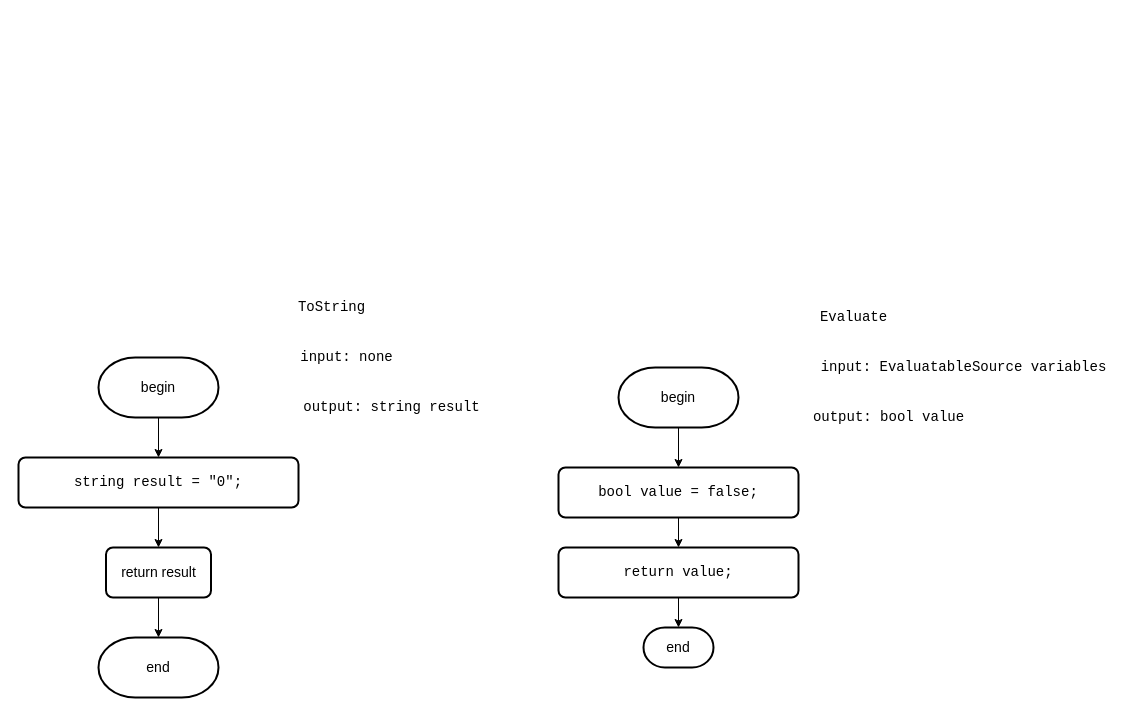
Before: Diagrams/false.drawio in slavikovics/FictionalVariables, a draw.io diagram. Source tidied: cells renumbered, new cells numbered last; positions are measured from the earlier drawing's top-left corner, leaving out a move shared by most shapes. Both pictures are drawn from the tidied source at 100%, with x=0, y=0 at pixel (18, 277).
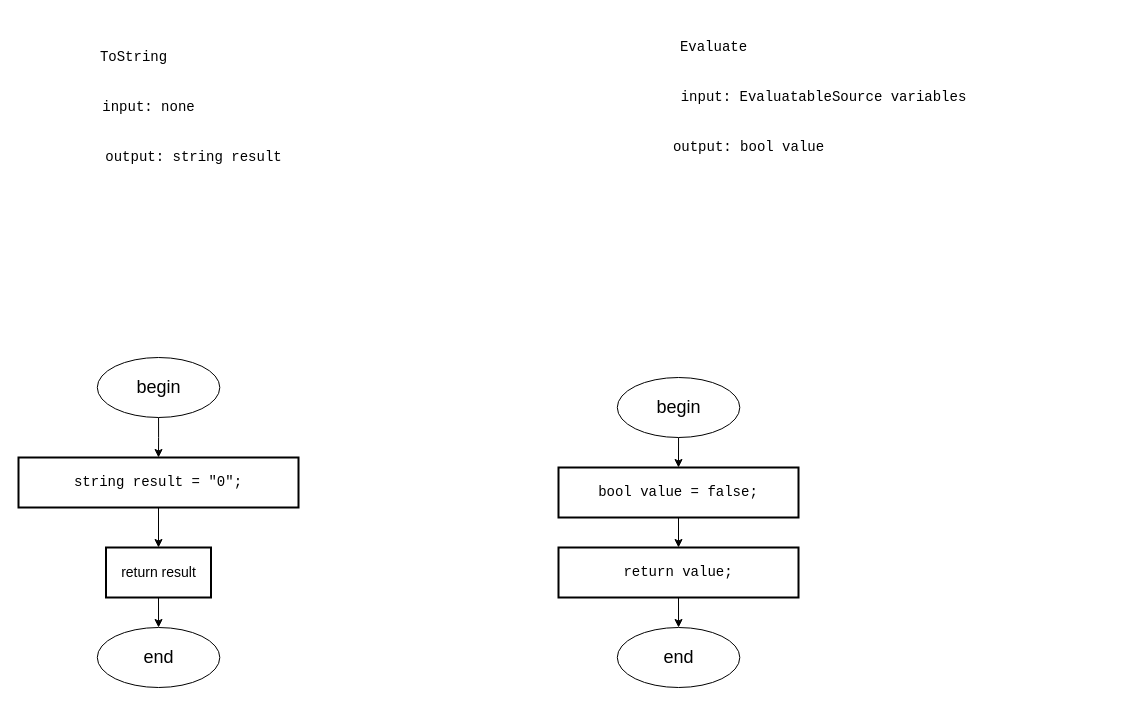
Above is the later version.

Diff of the diagram source:
```diff
@@
     <mxCell id="2" value="&lt;pre style=&quot;font-family: &amp;quot;JetBrains Mono&amp;quot;, monospace;&quot;&gt;Evaluate&lt;/pre&gt;" style="text;html=1;align=center;verticalAlign=middle;strokeColor=none;fillColor=none;fontSize=14;labelBackgroundColor=none;fontColor=#000000;" parent="1" vertex="1">
-      <mxGeometry x="790" y="10" width="90" height="60" as="geometry" />
+      <mxGeometry x="650" y="-260" width="90" height="60" as="geometry" />
     </mxCell>
-    <mxCell id="3" style="edgeStyle=orthogonalEdgeStyle;rounded=0;jettySize=auto;html=1;exitX=0.5;exitY=1;exitDx=0;exitDy=0;exitPerimeter=0;entryX=0.5;entryY=0;entryDx=0;entryDy=0;fontSize=14;labelBackgroundColor=none;fontColor=#000000;" parent="1" edge="1" source="4" target="6">
-      <mxGeometry relative="1" as="geometry" />
-    </mxCell>
-    <mxCell id="4" value="begin" style="strokeWidth=2;html=1;shape=mxgraph.flowchart.terminator;whiteSpace=wrap;fontSize=14;labelBackgroundColor=none;fontColor=#000000;" parent="1" vertex="1">
-      <mxGeometry x="600" y="90" width="120" height="60" as="geometry" />
-    </mxCell>
@@
-    <mxCell id="6" value="&lt;div style=&quot;&quot;&gt;&lt;pre style=&quot;font-family: &amp;quot;JetBrains Mono&amp;quot;, monospace;&quot;&gt;&lt;pre style=&quot;font-family: &amp;quot;JetBrains Mono&amp;quot;, monospace;&quot;&gt;&lt;pre style=&quot;font-family: &amp;quot;JetBrains Mono&amp;quot;, monospace;&quot;&gt;&lt;pre style=&quot;font-family: &amp;quot;JetBrains Mono&amp;quot;, monospace;&quot;&gt;&lt;div&gt;&lt;pre style=&quot;font-family: &amp;quot;JetBrains Mono&amp;quot;, monospace;&quot;&gt;&lt;span style=&quot;&quot;&gt;bool &lt;/span&gt;&lt;span style=&quot;&quot;&gt;value &lt;/span&gt;= &lt;span style=&quot;&quot;&gt;false&lt;/span&gt;;&lt;/pre&gt;&lt;/div&gt;&lt;/pre&gt;&lt;/pre&gt;&lt;/pre&gt;&lt;/pre&gt;&lt;/div&gt;" style="rounded=1;whiteSpace=wrap;html=1;absoluteArcSize=1;arcSize=14;strokeWidth=2;fontSize=14;labelBackgroundColor=none;fontColor=#000000;" parent="1" vertex="1">
+    <mxCell id="6" value="&lt;div style=&quot;&quot;&gt;&lt;pre style=&quot;font-family: &amp;quot;JetBrains Mono&amp;quot;, monospace;&quot;&gt;&lt;pre style=&quot;font-family: &amp;quot;JetBrains Mono&amp;quot;, monospace;&quot;&gt;&lt;pre style=&quot;font-family: &amp;quot;JetBrains Mono&amp;quot;, monospace;&quot;&gt;&lt;pre style=&quot;font-family: &amp;quot;JetBrains Mono&amp;quot;, monospace;&quot;&gt;&lt;div&gt;&lt;pre style=&quot;font-family: &amp;quot;JetBrains Mono&amp;quot;, monospace;&quot;&gt;&lt;span style=&quot;&quot;&gt;bool &lt;/span&gt;&lt;span style=&quot;&quot;&gt;value &lt;/span&gt;= &lt;span style=&quot;&quot;&gt;false&lt;/span&gt;;&lt;/pre&gt;&lt;/div&gt;&lt;/pre&gt;&lt;/pre&gt;&lt;/pre&gt;&lt;/pre&gt;&lt;/div&gt;" style="rounded=0;whiteSpace=wrap;html=1;absoluteArcSize=1;arcSize=14;strokeWidth=2;fontSize=14;labelBackgroundColor=none;fontColor=#000000;" parent="1" vertex="1">
       <mxGeometry x="540" y="190" width="240" height="50" as="geometry" />
     </mxCell>
     <mxCell id="7" value="&lt;pre style=&quot;font-family: &amp;quot;JetBrains Mono&amp;quot;, monospace;&quot;&gt;input: EvaluatableSource variables&lt;/pre&gt;" style="text;html=1;align=center;verticalAlign=middle;strokeColor=none;fillColor=none;fontSize=14;labelBackgroundColor=none;fontColor=#000000;" parent="1" vertex="1">
-      <mxGeometry x="800" y="60" width="290" height="60" as="geometry" />
+      <mxGeometry x="660" y="-210" width="290" height="60" as="geometry" />
     </mxCell>
     <mxCell id="8" value="&lt;pre style=&quot;font-family: &amp;quot;JetBrains Mono&amp;quot;, monospace;&quot;&gt;output: bool value&lt;/pre&gt;" style="text;html=1;align=center;verticalAlign=middle;strokeColor=none;fillColor=none;fontSize=14;labelBackgroundColor=none;fontColor=#000000;" parent="1" vertex="1">
-      <mxGeometry x="790" y="110" width="160" height="60" as="geometry" />
+      <mxGeometry x="650" y="-160" width="160" height="60" as="geometry" />
     </mxCell>
-    <mxCell id="9" value="end" style="strokeWidth=2;html=1;shape=mxgraph.flowchart.terminator;whiteSpace=wrap;fontSize=14;labelBackgroundColor=none;fontColor=#000000;" parent="1" vertex="1">
-      <mxGeometry x="625" y="350" width="70" height="40" as="geometry" />
-    </mxCell>
     <mxCell id="10" value="&lt;pre style=&quot;font-family: &amp;quot;JetBrains Mono&amp;quot;, monospace;&quot;&gt;ToString&lt;/pre&gt;" style="text;html=1;align=center;verticalAlign=middle;strokeColor=none;fillColor=none;fontSize=14;labelBackgroundColor=none;fontColor=#000000;" parent="1" vertex="1">
-      <mxGeometry x="267.5" width="90" height="60" as="geometry" />
+      <mxGeometry x="70" y="-250" width="90" height="60" as="geometry" />
     </mxCell>
-    <mxCell id="11" style="edgeStyle=orthogonalEdgeStyle;rounded=0;jettySize=auto;html=1;exitX=0.5;exitY=1;exitDx=0;exitDy=0;exitPerimeter=0;entryX=0.5;entryY=0;entryDx=0;entryDy=0;fontSize=14;labelBackgroundColor=none;fontColor=#000000;" parent="1" edge="1" source="12" target="14">
-      <mxGeometry relative="1" as="geometry" />
-    </mxCell>
-    <mxCell id="12" value="begin" style="strokeWidth=2;html=1;shape=mxgraph.flowchart.terminator;whiteSpace=wrap;fontSize=14;labelBackgroundColor=none;fontColor=#000000;" parent="1" vertex="1">
-      <mxGeometry x="80" y="80" width="120" height="60" as="geometry" />
-    </mxCell>
@@
-    <mxCell id="14" value="&lt;div style=&quot;&quot;&gt;&lt;pre style=&quot;font-family: &amp;quot;JetBrains Mono&amp;quot;, monospace;&quot;&gt;&lt;pre style=&quot;font-family: &amp;quot;JetBrains Mono&amp;quot;, monospace;&quot;&gt;&lt;pre style=&quot;font-family: &amp;quot;JetBrains Mono&amp;quot;, monospace;&quot;&gt;&lt;pre style=&quot;font-family: &amp;quot;JetBrains Mono&amp;quot;, monospace;&quot;&gt;&lt;pre style=&quot;font-family: &amp;quot;JetBrains Mono&amp;quot;, monospace;&quot;&gt;&lt;div&gt;&lt;pre style=&quot;font-family: &amp;quot;JetBrains Mono&amp;quot;, monospace;&quot;&gt;&lt;span style=&quot;&quot;&gt;string &lt;/span&gt;&lt;span style=&quot;&quot;&gt;result &lt;/span&gt;= &lt;span style=&quot;&quot;&gt;&quot;0&quot;&lt;/span&gt;;&lt;/pre&gt;&lt;/div&gt;&lt;/pre&gt;&lt;/pre&gt;&lt;/pre&gt;&lt;/pre&gt;&lt;/pre&gt;&lt;/div&gt;" style="rounded=1;whiteSpace=wrap;html=1;absoluteArcSize=1;arcSize=14;strokeWidth=2;fontSize=14;labelBackgroundColor=none;fontColor=#000000;" parent="1" vertex="1">
+    <mxCell id="14" value="&lt;div style=&quot;&quot;&gt;&lt;pre style=&quot;font-family: &amp;quot;JetBrains Mono&amp;quot;, monospace;&quot;&gt;&lt;pre style=&quot;font-family: &amp;quot;JetBrains Mono&amp;quot;, monospace;&quot;&gt;&lt;pre style=&quot;font-family: &amp;quot;JetBrains Mono&amp;quot;, monospace;&quot;&gt;&lt;pre style=&quot;font-family: &amp;quot;JetBrains Mono&amp;quot;, monospace;&quot;&gt;&lt;pre style=&quot;font-family: &amp;quot;JetBrains Mono&amp;quot;, monospace;&quot;&gt;&lt;div&gt;&lt;pre style=&quot;font-family: &amp;quot;JetBrains Mono&amp;quot;, monospace;&quot;&gt;&lt;span style=&quot;&quot;&gt;string &lt;/span&gt;&lt;span style=&quot;&quot;&gt;result &lt;/span&gt;= &lt;span style=&quot;&quot;&gt;&quot;0&quot;&lt;/span&gt;;&lt;/pre&gt;&lt;/div&gt;&lt;/pre&gt;&lt;/pre&gt;&lt;/pre&gt;&lt;/pre&gt;&lt;/pre&gt;&lt;/div&gt;" style="rounded=0;whiteSpace=wrap;html=1;absoluteArcSize=1;arcSize=14;strokeWidth=2;fontSize=14;labelBackgroundColor=none;fontColor=#000000;" parent="1" vertex="1">
       <mxGeometry y="180" width="280" height="50" as="geometry" />
     </mxCell>
     <mxCell id="15" value="&lt;pre style=&quot;font-family: &amp;quot;JetBrains Mono&amp;quot;, monospace;&quot;&gt;input: none&lt;/pre&gt;" style="text;html=1;align=center;verticalAlign=middle;strokeColor=none;fillColor=none;fontSize=14;labelBackgroundColor=none;fontColor=#000000;" parent="1" vertex="1">
-      <mxGeometry x="272.5" y="50" width="110" height="60" as="geometry" />
+      <mxGeometry x="75" y="-200" width="110" height="60" as="geometry" />
     </mxCell>
     <mxCell id="16" value="&lt;pre style=&quot;font-family: &amp;quot;JetBrains Mono&amp;quot;, monospace;&quot;&gt;output: string result&lt;/pre&gt;" style="text;html=1;align=center;verticalAlign=middle;strokeColor=none;fillColor=none;fontSize=14;labelBackgroundColor=none;fontColor=#000000;" parent="1" vertex="1">
-      <mxGeometry x="277.5" y="100" width="190" height="60" as="geometry" />
+      <mxGeometry x="80" y="-150" width="190" height="60" as="geometry" />
     </mxCell>
-    <mxCell id="17" value="end" style="strokeWidth=2;html=1;shape=mxgraph.flowchart.terminator;whiteSpace=wrap;fontSize=14;labelBackgroundColor=none;fontColor=#000000;" parent="1" vertex="1">
-      <mxGeometry x="80" y="360" width="120" height="60" as="geometry" />
-    </mxCell>
-    <mxCell id="18" style="edgeStyle=orthogonalEdgeStyle;rounded=0;jettySize=auto;html=1;exitX=0.5;exitY=1;exitDx=0;exitDy=0;fontSize=14;labelBackgroundColor=none;fontColor=#000000;" parent="1" edge="1" source="19" target="17">
-      <mxGeometry relative="1" as="geometry" />
-    </mxCell>
+    <mxCell id="22" style="edgeStyle=orthogonalEdgeStyle;rounded=0;jettySize=auto;html=1;exitX=0.5;exitY=1;exitDx=0;exitDy=0;entryX=0.5;entryY=0;entryDx=0;entryDy=0;" parent="1" edge="1" source="19" target="28">
+      <mxGeometry relative="1" as="geometry" />
+    </mxCell>
-    <mxCell id="19" value="&lt;font&gt;return result&lt;/font&gt;" style="rounded=1;whiteSpace=wrap;html=1;absoluteArcSize=1;arcSize=14;strokeWidth=2;fontSize=14;labelBackgroundColor=none;fontColor=#000000;" parent="1" vertex="1">
+    <mxCell id="19" value="&lt;font&gt;return result&lt;/font&gt;" style="rounded=0;whiteSpace=wrap;html=1;absoluteArcSize=1;arcSize=14;strokeWidth=2;fontSize=14;labelBackgroundColor=none;fontColor=#000000;" parent="1" vertex="1">
       <mxGeometry x="87.5" y="270" width="105" height="50" as="geometry" />
     </mxCell>
+    <mxCell id="23" style="edgeStyle=orthogonalEdgeStyle;rounded=0;jettySize=auto;html=1;exitX=0.5;exitY=1;exitDx=0;exitDy=0;entryX=0.5;entryY=0;entryDx=0;entryDy=0;" parent="1" edge="1" source="20" target="29">
+      <mxGeometry relative="1" as="geometry" />
+    </mxCell>
-    <mxCell id="20" value="&lt;div style=&quot;&quot;&gt;&lt;pre style=&quot;font-family: &amp;quot;JetBrains Mono&amp;quot;, monospace;&quot;&gt;&lt;pre style=&quot;font-family: &amp;quot;JetBrains Mono&amp;quot;, monospace;&quot;&gt;&lt;pre style=&quot;font-family: &amp;quot;JetBrains Mono&amp;quot;, monospace;&quot;&gt;&lt;pre style=&quot;font-family: &amp;quot;JetBrains Mono&amp;quot;, monospace;&quot;&gt;&lt;pre style=&quot;font-family: &amp;quot;JetBrains Mono&amp;quot;, monospace;&quot;&gt;&lt;font&gt;return value;&lt;/font&gt;&lt;/pre&gt;&lt;/pre&gt;&lt;/pre&gt;&lt;/pre&gt;&lt;/pre&gt;&lt;/div&gt;" style="rounded=1;whiteSpace=wrap;html=1;absoluteArcSize=1;arcSize=14;strokeWidth=2;fontSize=14;labelBackgroundColor=none;fontColor=#000000;" parent="1" vertex="1">
+    <mxCell id="20" value="&lt;div style=&quot;&quot;&gt;&lt;pre style=&quot;font-family: &amp;quot;JetBrains Mono&amp;quot;, monospace;&quot;&gt;&lt;pre style=&quot;font-family: &amp;quot;JetBrains Mono&amp;quot;, monospace;&quot;&gt;&lt;pre style=&quot;font-family: &amp;quot;JetBrains Mono&amp;quot;, monospace;&quot;&gt;&lt;pre style=&quot;font-family: &amp;quot;JetBrains Mono&amp;quot;, monospace;&quot;&gt;&lt;pre style=&quot;font-family: &amp;quot;JetBrains Mono&amp;quot;, monospace;&quot;&gt;&lt;font&gt;return value;&lt;/font&gt;&lt;/pre&gt;&lt;/pre&gt;&lt;/pre&gt;&lt;/pre&gt;&lt;/pre&gt;&lt;/div&gt;" style="rounded=0;whiteSpace=wrap;html=1;absoluteArcSize=1;arcSize=14;strokeWidth=2;fontSize=14;labelBackgroundColor=none;fontColor=#000000;" parent="1" vertex="1">
       <mxGeometry x="540" y="270" width="240" height="50" as="geometry" />
     </mxCell>
-    <mxCell id="21" style="edgeStyle=orthogonalEdgeStyle;rounded=0;jettySize=auto;html=1;exitX=0.5;exitY=1;exitDx=0;exitDy=0;entryX=0.5;entryY=0;entryDx=0;entryDy=0;entryPerimeter=0;fontSize=14;labelBackgroundColor=none;fontColor=#000000;" parent="1" edge="1" source="20" target="9">
-      <mxGeometry relative="1" as="geometry" />
-    </mxCell>
+    <mxCell id="24" style="edgeStyle=orthogonalEdgeStyle;rounded=0;jettySize=auto;html=1;exitX=0.5;exitY=1;exitDx=0;exitDy=0;entryX=0.5;entryY=0;entryDx=0;entryDy=0;" parent="1" edge="1" source="25" target="14">
+      <mxGeometry relative="1" as="geometry" />
+    </mxCell>
+    <mxCell id="25" value="&lt;font style=&quot;font-size: 18px;&quot;&gt;begin&lt;/font&gt;" style="ellipse;whiteSpace=wrap;html=1;" parent="1" vertex="1">
+      <mxGeometry x="78.8" y="80" width="122.5" height="60" as="geometry" />
+    </mxCell>
+    <mxCell id="26" style="edgeStyle=orthogonalEdgeStyle;rounded=0;jettySize=auto;html=1;exitX=0.5;exitY=1;exitDx=0;exitDy=0;entryX=0.5;entryY=0;entryDx=0;entryDy=0;" parent="1" edge="1" source="27" target="6">
+      <mxGeometry relative="1" as="geometry" />
+    </mxCell>
+    <mxCell id="27" value="&lt;font style=&quot;font-size: 18px;&quot;&gt;begin&lt;/font&gt;" style="ellipse;whiteSpace=wrap;html=1;" parent="1" vertex="1">
+      <mxGeometry x="598.8" y="100" width="122.5" height="60" as="geometry" />
+    </mxCell>
+    <mxCell id="28" value="&lt;font style=&quot;font-size: 18px;&quot;&gt;end&lt;/font&gt;" style="ellipse;whiteSpace=wrap;html=1;" parent="1" vertex="1">
+      <mxGeometry x="78.8" y="350" width="122.5" height="60" as="geometry" />
+    </mxCell>
+    <mxCell id="29" value="&lt;font style=&quot;font-size: 18px;&quot;&gt;end&lt;/font&gt;" style="ellipse;whiteSpace=wrap;html=1;" parent="1" vertex="1">
+      <mxGeometry x="598.8" y="350" width="122.5" height="60" as="geometry" />
+    </mxCell>
```
